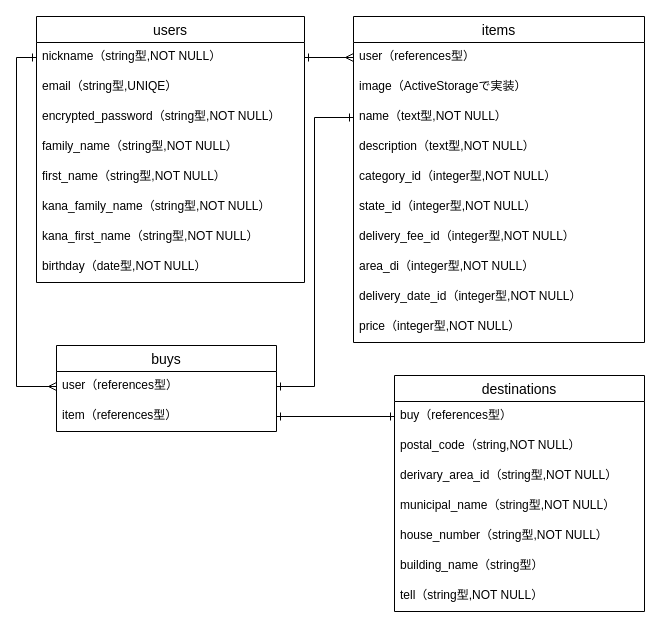
starlikeleo/furima-30944 keeps this draw.io diagram as furima.dio. Above is the earlier version. Source tidied: cells renumbered, new cells numbered last; positions are measured from the earlier drawing's top-left corner, leaving out a move shared by most shapes. Both pictures are drawn from the tidied source at 100%, with x=0, y=0 at pixel (16, 16).
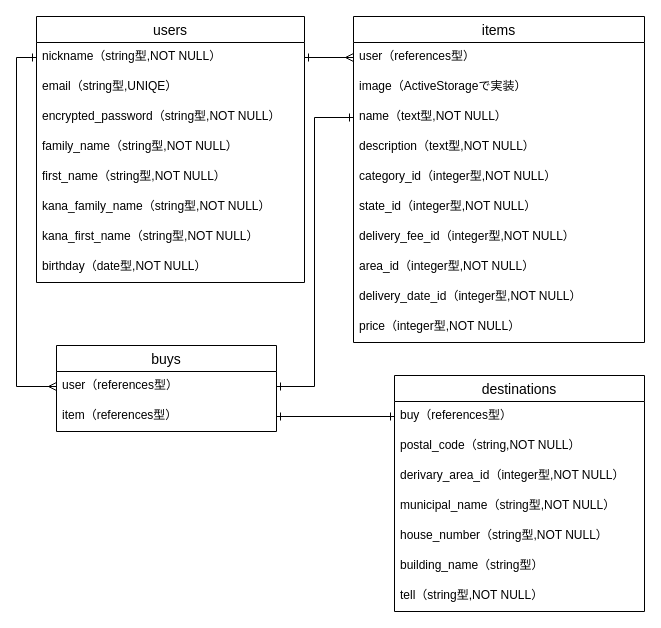
The same page after the edit.

Unchanged cells that the change refers to:
```xml
<mxCell id="11" value="items" style="swimlane;fontStyle=0;horizontal=1;startSize=26;align=center;fontSize=14;" parent="1" vertex="1">
  <mxGeometry x="337" width="291" height="326" as="geometry" />
</mxCell>
<mxCell id="26" value="destinations" style="swimlane;fontStyle=0;horizontal=1;startSize=26;align=center;fontSize=14;" parent="1" vertex="1">
  <mxGeometry x="378" y="359" width="250" height="236" as="geometry" />
</mxCell>
```

The edit, as a diff of the source:
```diff
@@
-    <mxCell id="19" value="area_di（integer型,NOT NULL）" style="text;strokeColor=none;fillColor=none;spacingLeft=4;spacingRight=4;overflow=hidden;fontSize=12;" parent="11" vertex="1">
+    <mxCell id="19" value="area_id（integer型,NOT NULL）" style="text;strokeColor=none;fillColor=none;spacingLeft=4;spacingRight=4;overflow=hidden;fontSize=12;" parent="11" vertex="1">
       <mxGeometry y="236" width="291" height="30" as="geometry" />
     </mxCell>
@@
-    <mxCell id="29" value="derivary_area_id（string型,NOT NULL）" style="text;strokeColor=none;fillColor=none;spacingLeft=4;spacingRight=4;overflow=hidden;fontSize=12;" parent="26" vertex="1">
+    <mxCell id="29" value="derivary_area_id（integer型,NOT NULL）" style="text;strokeColor=none;fillColor=none;spacingLeft=4;spacingRight=4;overflow=hidden;fontSize=12;" parent="26" vertex="1">
       <mxGeometry y="86" width="250" height="30" as="geometry" />
     </mxCell>
```
